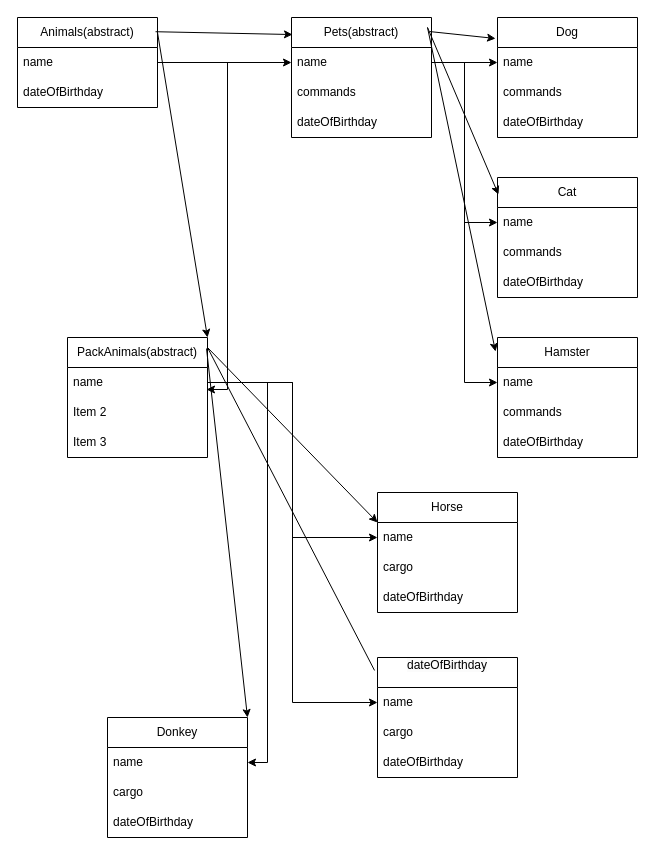
The draw.io diagram Диаграмма классов тестовое задание.drawio in Rinat-A-For-GeekBrains/Test_work_Linux_SQL, before the edit. Source tidied: cells renumbered, new cells numbered last; positions are measured from the earlier drawing's top-left corner, leaving out a move shared by most shapes. Both pictures are drawn from the tidied source at 100%, with x=0, y=0 at pixel (17, 17).
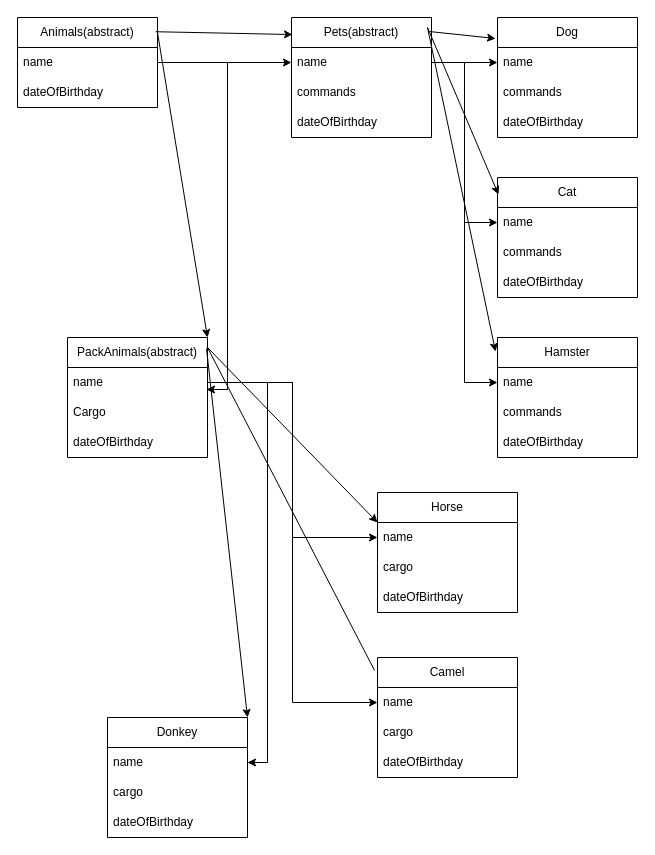
After the change.

Unchanged cells that the change refers to:
```xml
<mxCell id="9" value="PackAnimals(abstract)" style="swimlane;fontStyle=0;horizontal=1;startSize=30;whiteSpace=wrap;html=1;" parent="1" vertex="1">
  <mxGeometry x="50" y="320" width="140" height="120" as="geometry" />
</mxCell>
```

Change to the diagram source:
```diff
@@
-    <mxCell id="11" value="Item 2" style="text;strokeColor=none;fillColor=none;align=left;verticalAlign=middle;spacingLeft=4;spacingRight=4;overflow=hidden;whiteSpace=wrap;html=1;" parent="9" vertex="1">
-      <mxGeometry y="60" width="140" height="30" as="geometry" />
-    </mxCell>
-    <mxCell id="12" value="Item 3" style="text;strokeColor=none;fillColor=none;align=left;verticalAlign=middle;spacingLeft=4;spacingRight=4;overflow=hidden;whiteSpace=wrap;html=1;" parent="9" vertex="1">
-      <mxGeometry y="90" width="140" height="30" as="geometry" />
-    </mxCell>
+    <mxCell id="52" value="Cargo" style="text;strokeColor=none;fillColor=none;align=left;verticalAlign=middle;spacingLeft=4;spacingRight=4;overflow=hidden;whiteSpace=wrap;html=1;" parent="9" vertex="1">
+      <mxGeometry y="60" width="140" height="30" as="geometry" />
+    </mxCell>
+    <mxCell id="53" value="dateOfBirthday" style="text;strokeColor=none;fillColor=none;align=left;verticalAlign=middle;spacingLeft=4;spacingRight=4;overflow=hidden;whiteSpace=wrap;html=1;" parent="9" vertex="1">
+      <mxGeometry y="90" width="140" height="30" as="geometry" />
+    </mxCell>
@@
-    <mxCell id="29" value="&#10;&lt;span style=&quot;color: rgb(0, 0, 0); font-family: Helvetica; font-size: 12px; font-style: normal; font-variant-ligatures: normal; font-variant-caps: normal; font-weight: 400; letter-spacing: normal; orphans: 2; text-align: left; text-indent: 0px; text-transform: none; widows: 2; word-spacing: 0px; -webkit-text-stroke-width: 0px; white-space: normal; background-color: rgb(251, 251, 251); text-decoration-thickness: initial; text-decoration-style: initial; text-decoration-color: initial; display: inline !important; float: none;&quot;&gt;dateOfBirthday&lt;/span&gt;&#10;&#10;" style="swimlane;fontStyle=0;horizontal=1;startSize=30;whiteSpace=wrap;html=1;" parent="1" vertex="1">
+    <mxCell id="29" value="Camel" style="swimlane;fontStyle=0;horizontal=1;startSize=30;whiteSpace=wrap;html=1;" parent="1" vertex="1">
       <mxGeometry x="360" y="640" width="140" height="120" as="geometry" />
     </mxCell>
```
